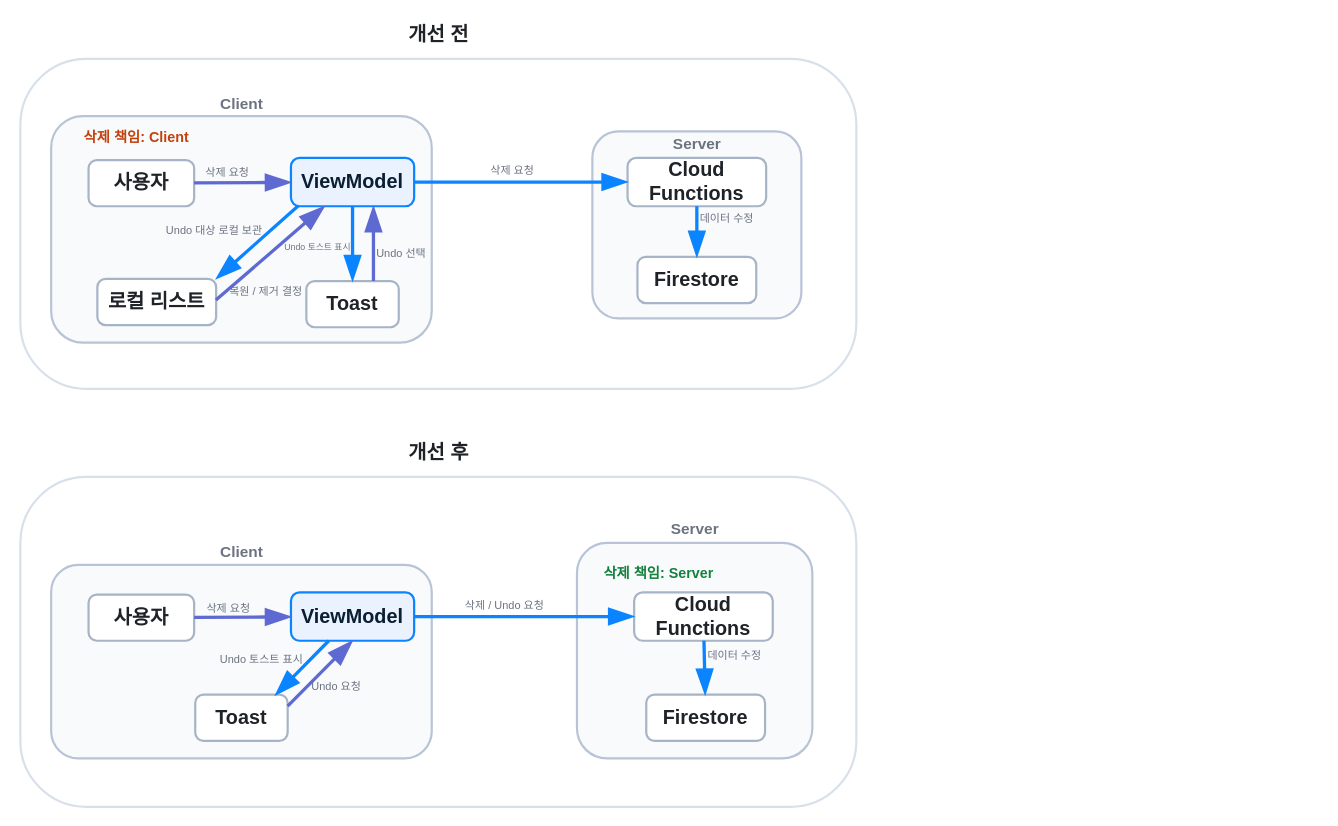
Earlier version of the draw.io diagram page "Delete Undo Flow" (2 of 7) of docs/DevLog.drawio (opficdev/DevLog_iOS). Source tidied: cells renumbered, new cells numbered last; positions are measured from the earlier drawing's top-left corner, leaving out a move shared by most shapes. Both pictures are drawn from the tidied source at 110%, with x=0, y=0 at pixel (20, 19).
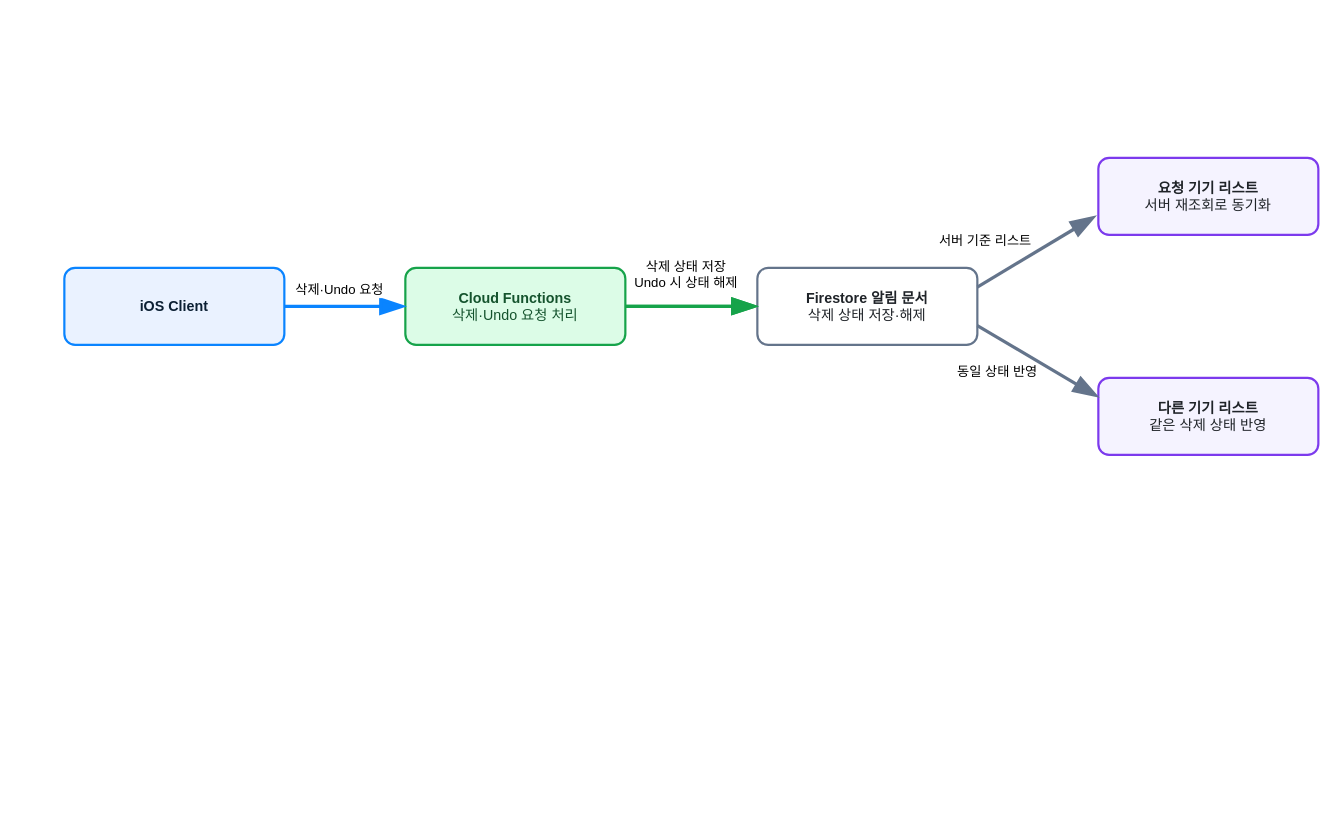
The same page after the edit.

Change to the diagram source:
```diff
@@
-<mxGraphModel>
+<mxGraphModel background="#ffffff">
@@
-    <mxCell id="2" value="개선 전" style="text;html=1;strokeColor=none;fillColor=none;align=center;verticalAlign=middle;fontSize=18;fontStyle=1;fontColor=#1F2328;" parent="1" vertex="1">
-      <mxGeometry x="320" width="120" height="28" as="geometry" />
-    </mxCell>
-    <mxCell id="3" style="rounded=1;arcSize=20;whiteSpace=wrap;html=1;fillColor=#FFFFFF;strokeColor=#D8E0EA;strokeWidth=2;" parent="1" vertex="1">
-      <mxGeometry y="36" width="760" height="300" as="geometry" />
-    </mxCell>
-    <mxCell id="4" style="rounded=1;arcSize=14;whiteSpace=wrap;html=1;fillColor=#F8FAFC;strokeColor=#B8C4D6;strokeWidth=2;" parent="1" vertex="1">
-      <mxGeometry x="28" y="88" width="346" height="206" as="geometry" />
-    </mxCell>
-    <mxCell id="5" style="rounded=1;arcSize=14;whiteSpace=wrap;html=1;fillColor=#F8FAFC;strokeColor=#B8C4D6;strokeWidth=2;" parent="1" vertex="1">
-      <mxGeometry x="520" y="102" width="190" height="170" as="geometry" />
-    </mxCell>
-    <mxCell id="6" value="Client" style="text;html=1;strokeColor=none;fillColor=none;align=center;verticalAlign=middle;fontSize=14;fontStyle=1;fontColor=#6B7280;" parent="1" vertex="1">
-      <mxGeometry x="161" y="66" width="80" height="22" as="geometry" />
-    </mxCell>
-    <mxCell id="7" value="Server" style="text;html=1;strokeColor=none;fillColor=none;align=center;verticalAlign=middle;fontSize=14;fontStyle=1;fontColor=#6B7280;" parent="1" vertex="1">
-      <mxGeometry x="575" y="102" width="80" height="22" as="geometry" />
-    </mxCell>
-    <mxCell id="8" value="삭제 책임: Client" style="text;html=1;strokeColor=none;fillColor=none;align=left;verticalAlign=middle;fontSize=13;fontStyle=1;fontColor=#C2410C;" parent="1" vertex="1">
-      <mxGeometry x="56" y="96" width="120" height="22" as="geometry" />
-    </mxCell>
-    <mxCell id="9" value="사용자" style="rounded=1;arcSize=18;whiteSpace=wrap;html=1;fillColor=#FFFFFF;strokeColor=#A7B4C6;strokeWidth=2;fontColor=#1F2328;fontStyle=1;fontSize=18;" parent="1" vertex="1">
-      <mxGeometry x="62" y="128" width="96" height="42" as="geometry" />
-    </mxCell>
-    <mxCell id="10" value="ViewModel" style="rounded=1;arcSize=18;whiteSpace=wrap;html=1;fillColor=#EAF2FF;strokeColor=#0A84FF;strokeWidth=2;fontColor=#0B1F33;fontStyle=1;fontSize=18;" parent="1" vertex="1">
-      <mxGeometry x="246" y="126" width="112" height="44" as="geometry" />
-    </mxCell>
-    <mxCell id="11" value="Toast" style="rounded=1;arcSize=18;whiteSpace=wrap;html=1;fillColor=#FFFFFF;strokeColor=#A7B4C6;strokeWidth=2;fontColor=#1F2328;fontStyle=1;fontSize=18;" parent="1" vertex="1">
-      <mxGeometry x="260" y="238" width="84" height="42" as="geometry" />
-    </mxCell>
-    <mxCell id="12" value="로컬 리스트" style="rounded=1;arcSize=18;whiteSpace=wrap;html=1;fillColor=#FFFFFF;strokeColor=#A7B4C6;strokeWidth=2;fontColor=#1F2328;fontStyle=1;fontSize=18;" parent="1" vertex="1">
-      <mxGeometry x="70" y="236" width="108" height="42" as="geometry" />
-    </mxCell>
-    <mxCell id="13" value="Cloud Functions" style="rounded=1;arcSize=18;whiteSpace=wrap;html=1;fillColor=#FFFFFF;strokeColor=#A7B4C6;strokeWidth=2;fontColor=#1F2328;fontStyle=1;fontSize=18;" parent="1" vertex="1">
-      <mxGeometry x="552" y="126" width="126" height="44" as="geometry" />
-    </mxCell>
-    <mxCell id="14" value="Firestore" style="rounded=1;arcSize=18;whiteSpace=wrap;html=1;fillColor=#FFFFFF;strokeColor=#A7B4C6;strokeWidth=2;fontColor=#1F2328;fontStyle=1;fontSize=18;" parent="1" vertex="1">
-      <mxGeometry x="561" y="216" width="108" height="42" as="geometry" />
-    </mxCell>
-    <mxCell id="15" value="삭제 요청" style="text;html=1;strokeColor=none;fillColor=none;align=center;verticalAlign=middle;fontSize=10;fontColor=#6B7280;" parent="1" vertex="1">
-      <mxGeometry x="147" y="128" width="82" height="22" as="geometry" />
-    </mxCell>
-    <mxCell id="16" value="Undo 토스트 표시" style="text;html=1;strokeColor=none;fillColor=none;align=center;verticalAlign=middle;fontSize=8;fontColor=#6B7280;" parent="1" vertex="1">
-      <mxGeometry x="218" y="196" width="104" height="22" as="geometry" />
-    </mxCell>
-    <mxCell id="17" value="Undo 대상 로컬 보관" style="text;html=1;strokeColor=none;fillColor=none;align=center;verticalAlign=middle;fontSize=10;fontColor=#6B7280;" parent="1" vertex="1">
-      <mxGeometry x="134" y="181" width="84" height="22" as="geometry" />
-    </mxCell>
-    <mxCell id="18" value="Undo 선택" style="text;html=1;strokeColor=none;fillColor=none;align=center;verticalAlign=middle;fontSize=10;fontColor=#6B7280;" parent="1" vertex="1">
-      <mxGeometry x="305" y="202" width="82" height="22" as="geometry" />
-    </mxCell>
-    <mxCell id="19" value="복원 / 제거 결정" style="text;html=1;strokeColor=none;fillColor=none;align=center;verticalAlign=middle;fontSize=10;fontColor=#6B7280;" parent="1" vertex="1">
-      <mxGeometry x="164" y="236" width="118" height="22" as="geometry" />
-    </mxCell>
-    <mxCell id="20" value="삭제 요청" style="text;html=1;strokeColor=none;fillColor=none;align=center;verticalAlign=middle;fontSize=10;fontColor=#6B7280;" parent="1" vertex="1">
-      <mxGeometry x="397" y="126" width="100" height="22" as="geometry" />
-    </mxCell>
-    <mxCell id="21" value="데이터 수정" style="text;html=1;strokeColor=none;fillColor=none;align=center;verticalAlign=middle;fontSize=10;fontColor=#6B7280;" parent="1" vertex="1">
-      <mxGeometry x="609" y="170" width="66" height="22" as="geometry" />
-    </mxCell>
-    <mxCell id="22" style="endArrow=blockThin;endFill=1;endSize=16;html=1;rounded=1;strokeColor=#5E6AD2;strokeWidth=3;" parent="1" edge="1" source="9" target="10">
-      <mxGeometry relative="1" as="geometry" />
-    </mxCell>
-    <mxCell id="23" style="endArrow=blockThin;endFill=1;endSize=16;html=1;rounded=1;strokeColor=#0A84FF;strokeWidth=3;" parent="1" edge="1" source="10" target="11">
-      <mxGeometry relative="1" as="geometry" />
-    </mxCell>
-    <mxCell id="24" style="endArrow=blockThin;endFill=1;endSize=16;html=1;rounded=1;strokeColor=#0A84FF;strokeWidth=3;exitX=0.06;exitY=0.988;exitDx=0;exitDy=0;exitPerimeter=0;entryX=1;entryY=0;entryDx=0;entryDy=0;" parent="1" edge="1" source="10" target="12">
-      <mxGeometry relative="1" as="geometry" />
-    </mxCell>
-    <mxCell id="25" style="endArrow=blockThin;endFill=1;endSize=16;html=1;rounded=1;strokeColor=#5E6AD2;strokeWidth=3;" parent="1" edge="1">
-      <mxGeometry relative="1" as="geometry">
-        <mxPoint x="321" y="238" as="sourcePoint" />
-        <mxPoint x="321" y="170" as="targetPoint" />
-      </mxGeometry>
-    </mxCell>
-    <mxCell id="26" style="curved=1;endArrow=blockThin;endFill=1;endSize=16;html=1;rounded=1;strokeColor=#5E6AD2;strokeWidth=3;exitX=0.998;exitY=0.46;exitDx=0;exitDy=0;exitPerimeter=0;" parent="1" edge="1" source="12" target="10">
-      <mxGeometry relative="1" as="geometry" />
-    </mxCell>
-    <mxCell id="27" style="endArrow=blockThin;endFill=1;endSize=16;html=1;rounded=1;strokeColor=#0A84FF;strokeWidth=3;" parent="1" edge="1" source="10" target="13">
-      <mxGeometry relative="1" as="geometry" />
-    </mxCell>
-    <mxCell id="28" style="endArrow=blockThin;endFill=1;endSize=16;html=1;rounded=1;strokeColor=#0A84FF;strokeWidth=3;" parent="1" edge="1" source="13" target="14">
-      <mxGeometry relative="1" as="geometry" />
-    </mxCell>
-    <mxCell id="29" value="개선 후" style="text;html=1;strokeColor=none;fillColor=none;align=center;verticalAlign=middle;fontSize=18;fontStyle=1;fontColor=#1F2328;" parent="1" vertex="1">
-      <mxGeometry x="325" y="380" width="110" height="28" as="geometry" />
-    </mxCell>
-    <mxCell id="30" style="rounded=1;arcSize=20;whiteSpace=wrap;html=1;fillColor=#FFFFFF;strokeColor=#D8E0EA;strokeWidth=2;" parent="1" vertex="1">
-      <mxGeometry y="416" width="760" height="300" as="geometry" />
-    </mxCell>
-    <mxCell id="31" style="rounded=1;arcSize=14;whiteSpace=wrap;html=1;fillColor=#F8FAFC;strokeColor=#B8C4D6;strokeWidth=2;" parent="1" vertex="1">
-      <mxGeometry x="28" y="496" width="346" height="176" as="geometry" />
-    </mxCell>
-    <mxCell id="32" style="rounded=1;arcSize=14;whiteSpace=wrap;html=1;fillColor=#F8FAFC;strokeColor=#B8C4D6;strokeWidth=2;" parent="1" vertex="1">
-      <mxGeometry x="506" y="476" width="214" height="196" as="geometry" />
-    </mxCell>
-    <mxCell id="33" value="Client" style="text;html=1;strokeColor=none;fillColor=none;align=center;verticalAlign=middle;fontSize=14;fontStyle=1;fontColor=#6B7280;" parent="1" vertex="1">
-      <mxGeometry x="161" y="473" width="80" height="22" as="geometry" />
-    </mxCell>
-    <mxCell id="34" value="Server" style="text;html=1;strokeColor=none;fillColor=none;align=center;verticalAlign=middle;fontSize=14;fontStyle=1;fontColor=#6B7280;" parent="1" vertex="1">
-      <mxGeometry x="573" y="452" width="80" height="22" as="geometry" />
-    </mxCell>
-    <mxCell id="35" value="삭제 책임: Server" style="text;html=1;strokeColor=none;fillColor=none;align=center;verticalAlign=middle;fontSize=13;fontStyle=1;fontColor=#15803D;" parent="1" vertex="1">
-      <mxGeometry x="520" y="492" width="120" height="22" as="geometry" />
-    </mxCell>
-    <mxCell id="36" value="사용자" style="rounded=1;arcSize=18;whiteSpace=wrap;html=1;fillColor=#FFFFFF;strokeColor=#A7B4C6;strokeWidth=2;fontColor=#1F2328;fontStyle=1;fontSize=18;" parent="1" vertex="1">
-      <mxGeometry x="62" y="523" width="96" height="42" as="geometry" />
-    </mxCell>
-    <mxCell id="37" value="ViewModel" style="rounded=1;arcSize=18;whiteSpace=wrap;html=1;fillColor=#EAF2FF;strokeColor=#0A84FF;strokeWidth=2;fontColor=#0B1F33;fontStyle=1;fontSize=18;" parent="1" vertex="1">
-      <mxGeometry x="246" y="521" width="112" height="44" as="geometry" />
-    </mxCell>
-    <mxCell id="38" value="Toast" style="rounded=1;arcSize=18;whiteSpace=wrap;html=1;fillColor=#FFFFFF;strokeColor=#A7B4C6;strokeWidth=2;fontColor=#1F2328;fontStyle=1;fontSize=18;" parent="1" vertex="1">
-      <mxGeometry x="159" y="614" width="84" height="42" as="geometry" />
-    </mxCell>
-    <mxCell id="39" value="Cloud Functions" style="rounded=1;arcSize=18;whiteSpace=wrap;html=1;fillColor=#FFFFFF;strokeColor=#A7B4C6;strokeWidth=2;fontColor=#1F2328;fontStyle=1;fontSize=18;" parent="1" vertex="1">
-      <mxGeometry x="558" y="521" width="126" height="44" as="geometry" />
-    </mxCell>
-    <mxCell id="40" value="Firestore" style="rounded=1;arcSize=18;whiteSpace=wrap;html=1;fillColor=#FFFFFF;strokeColor=#A7B4C6;strokeWidth=2;fontColor=#1F2328;fontStyle=1;fontSize=18;" parent="1" vertex="1">
-      <mxGeometry x="569" y="614" width="108" height="42" as="geometry" />
-    </mxCell>
-    <mxCell id="41" value="삭제 요청" style="text;html=1;strokeColor=none;fillColor=none;align=center;verticalAlign=middle;fontSize=10;fontColor=#6B7280;" parent="1" vertex="1">
-      <mxGeometry x="148" y="524" width="82" height="22" as="geometry" />
-    </mxCell>
-    <mxCell id="42" value="Undo 토스트 표시" style="text;html=1;strokeColor=none;fillColor=none;align=center;verticalAlign=middle;fontSize=10;fontColor=#6B7280;" parent="1" vertex="1">
-      <mxGeometry x="167" y="571" width="104" height="22" as="geometry" />
-    </mxCell>
-    <mxCell id="43" value="Undo 요청" style="text;html=1;strokeColor=none;fillColor=none;align=center;verticalAlign=middle;fontSize=10;fontColor=#6B7280;" parent="1" vertex="1">
-      <mxGeometry x="246" y="595" width="82" height="22" as="geometry" />
-    </mxCell>
-    <mxCell id="44" value="삭제 / Undo 요청" style="text;html=1;strokeColor=none;fillColor=none;align=center;verticalAlign=middle;fontSize=10;fontColor=#6B7280;" parent="1" vertex="1">
-      <mxGeometry x="390" y="522" width="100" height="22" as="geometry" />
-    </mxCell>
-    <mxCell id="45" value="데이터 수정" style="text;html=1;strokeColor=none;fillColor=none;align=center;verticalAlign=middle;fontSize=10;fontColor=#6B7280;" parent="1" vertex="1">
-      <mxGeometry x="575" y="567" width="148" height="22" as="geometry" />
-    </mxCell>
-    <mxCell id="46" style="endArrow=blockThin;endFill=1;endSize=16;html=1;rounded=1;strokeColor=#5E6AD2;strokeWidth=3;" parent="1" edge="1" source="36" target="37">
-      <mxGeometry relative="1" as="geometry" />
-    </mxCell>
-    <mxCell id="47" style="endArrow=blockThin;endFill=1;endSize=16;html=1;rounded=1;strokeColor=#0A84FF;strokeWidth=3;entryX=0.866;entryY=0.013;entryDx=0;entryDy=0;entryPerimeter=0;" parent="1" edge="1" source="37" target="38">
-      <mxGeometry relative="1" as="geometry" />
-    </mxCell>
-    <mxCell id="48" style="endArrow=blockThin;endFill=1;endSize=16;html=1;rounded=1;strokeColor=#5E6AD2;strokeWidth=3;entryX=0.5;entryY=1;entryDx=0;entryDy=0;exitX=1;exitY=0.25;exitDx=0;exitDy=0;" parent="1" edge="1" source="38" target="37">
-      <mxGeometry relative="1" as="geometry" />
-    </mxCell>
-    <mxCell id="49" style="endArrow=blockThin;endFill=1;endSize=16;html=1;rounded=1;strokeColor=#0A84FF;strokeWidth=3;" parent="1" edge="1" source="37" target="39">
-      <mxGeometry relative="1" as="geometry" />
-    </mxCell>
-    <mxCell id="50" style="endArrow=blockThin;endFill=1;endSize=16;html=1;rounded=1;strokeColor=#0A84FF;strokeWidth=3;" parent="1" edge="1" source="39" target="40">
-      <mxGeometry relative="1" as="geometry" />
-    </mxCell>
+    <mxCell id="51" value="&lt;b&gt;iOS Client&lt;/b&gt;" style="rounded=1;arcSize=14;whiteSpace=wrap;html=1;fillColor=#EAF2FF;strokeColor=#0A84FF;strokeWidth=2;fontColor=#0B1F33;fontSize=13;align=center;" parent="1" vertex="1">
+      <mxGeometry x="40" y="226" width="200" height="70" as="geometry" />
+    </mxCell>
+    <mxCell id="52" value="&lt;b&gt;Cloud Functions&lt;/b&gt;&lt;br&gt;&lt;span style=&quot;font-weight: normal;&quot;&gt;삭제·Undo 요청 처리&lt;/span&gt;" style="rounded=1;arcSize=14;whiteSpace=wrap;html=1;fillColor=#DCFCE7;strokeColor=#16A34A;strokeWidth=2;fontColor=#14532D;fontSize=13;align=center;" parent="1" vertex="1">
+      <mxGeometry x="350" y="226" width="200" height="70" as="geometry" />
+    </mxCell>
+    <mxCell id="53" value="&lt;b&gt;Firestore 알림 문서&lt;/b&gt;&lt;br&gt;&lt;span style=&quot;font-weight: normal;&quot;&gt;삭제 상태 저장·해제&lt;/span&gt;" style="rounded=1;arcSize=14;whiteSpace=wrap;html=1;fillColor=#FFFFFF;strokeColor=#64748B;strokeWidth=2;fontColor=#1F2328;fontSize=13;align=center;" parent="1" vertex="1">
+      <mxGeometry x="670" y="226" width="200" height="70" as="geometry" />
+    </mxCell>
+    <mxCell id="54" value="&lt;b&gt;요청 기기 리스트&lt;/b&gt;&lt;br&gt;&lt;span style=&quot;font-weight: normal;&quot;&gt;서버 재조회로 동기화&lt;/span&gt;" style="rounded=1;arcSize=14;whiteSpace=wrap;html=1;fillColor=#F5F3FF;strokeColor=#7C3AED;strokeWidth=2;fontColor=#1F2328;fontSize=13;align=center;" parent="1" vertex="1">
+      <mxGeometry x="980" y="126" width="200" height="70" as="geometry" />
+    </mxCell>
+    <mxCell id="55" value="&lt;b&gt;다른 기기 리스트&lt;/b&gt;&lt;br&gt;&lt;span style=&quot;font-weight: normal;&quot;&gt;같은 삭제 상태 반영&lt;/span&gt;" style="rounded=1;arcSize=14;whiteSpace=wrap;html=1;fillColor=#F5F3FF;strokeColor=#7C3AED;strokeWidth=2;fontColor=#1F2328;fontSize=13;align=center;" parent="1" vertex="1">
+      <mxGeometry x="980" y="326" width="200" height="70" as="geometry" />
+    </mxCell>
+    <mxCell id="56" value="삭제·Undo 요청" style="endArrow=blockThin;endFill=1;endSize=16;html=1;rounded=1;strokeColor=#0A84FF;strokeWidth=3;labelBackgroundColor=#FFFFFF;fontSize=12;" parent="1" edge="1" source="51" target="52">
+      <mxGeometry x="-0.09" y="15" relative="1" as="geometry" />
+    </mxCell>
+    <mxCell id="57" value="삭제 상태 저장&lt;div&gt;Undo 시 상태 해제&lt;/div&gt;" style="endArrow=blockThin;endFill=1;endSize=16;html=1;rounded=1;strokeColor=#16A34A;strokeWidth=3;labelBackgroundColor=#FFFFFF;fontSize=12;" parent="1" edge="1" source="52" target="53">
+      <mxGeometry x="-0.09" y="29" relative="1" as="geometry" />
+    </mxCell>
+    <mxCell id="58" style="endArrow=blockThin;endFill=1;endSize=16;html=1;rounded=1;strokeColor=#16A34A;strokeWidth=3;labelBackgroundColor=#FFFFFF;fontSize=12;" parent="1" edge="1" source="52" target="53">
+      <mxGeometry x="0.09" y="9" relative="1" as="geometry" />
+    </mxCell>
+    <mxCell id="59" value="서버 기준 리스트" style="endArrow=blockThin;endFill=1;endSize=16;html=1;rounded=1;strokeColor=#64748B;strokeWidth=3;labelBackgroundColor=#FFFFFF;fontSize=12;exitX=1;exitY=0.25;exitDx=0;exitDy=0;entryX=-0.012;entryY=0.756;entryDx=0;entryDy=0;entryPerimeter=0;" parent="1" edge="1" source="53" target="54">
+      <mxGeometry x="-0.57" y="32" relative="1" as="geometry" />
+    </mxCell>
+    <mxCell id="60" value="동일 상태 반영" style="endArrow=blockThin;endFill=1;endSize=16;html=1;rounded=1;strokeColor=#64748B;strokeWidth=3;labelBackgroundColor=#FFFFFF;fontSize=12;exitX=1;exitY=0.75;exitDx=0;exitDy=0;entryX=0;entryY=0.25;entryDx=0;entryDy=0;" parent="1" edge="1" source="53" target="55">
+      <mxGeometry x="-0.42" y="-28" relative="1" as="geometry" />
+    </mxCell>
```
